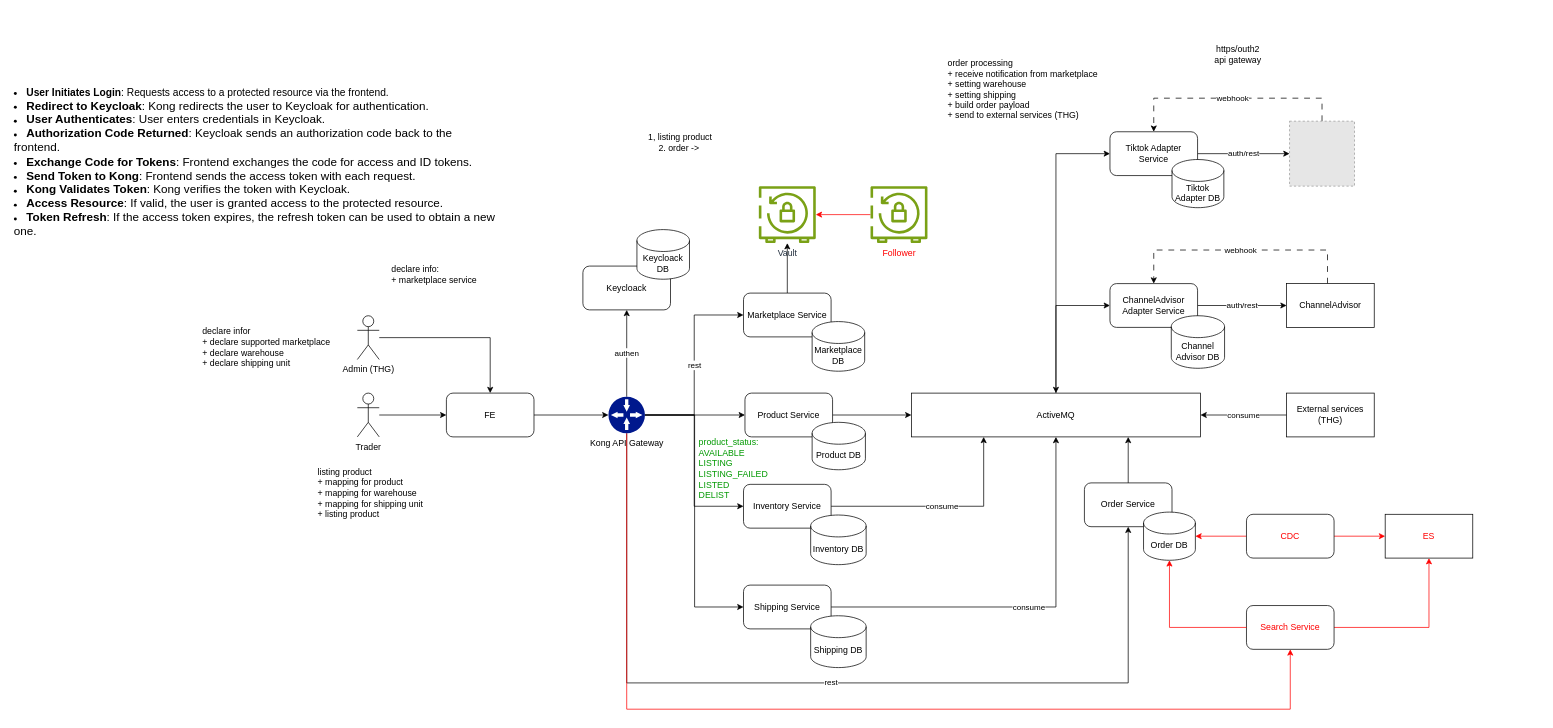
Earlier version of the draw.io diagram page "Page-17" (17 of 17) of hibernate.drawio (minhtran-q/hibernate-knowledge). Source tidied: cells renumbered, new cells numbered last; positions are measured from the earlier drawing's top-left corner, leaving out a move shared by most shapes. Both pictures are drawn from the tidied source at 73%, with x=0, y=0 at pixel (12, 39). Pictures stored in the file or linked from it are replaced by grey dashed boxes.
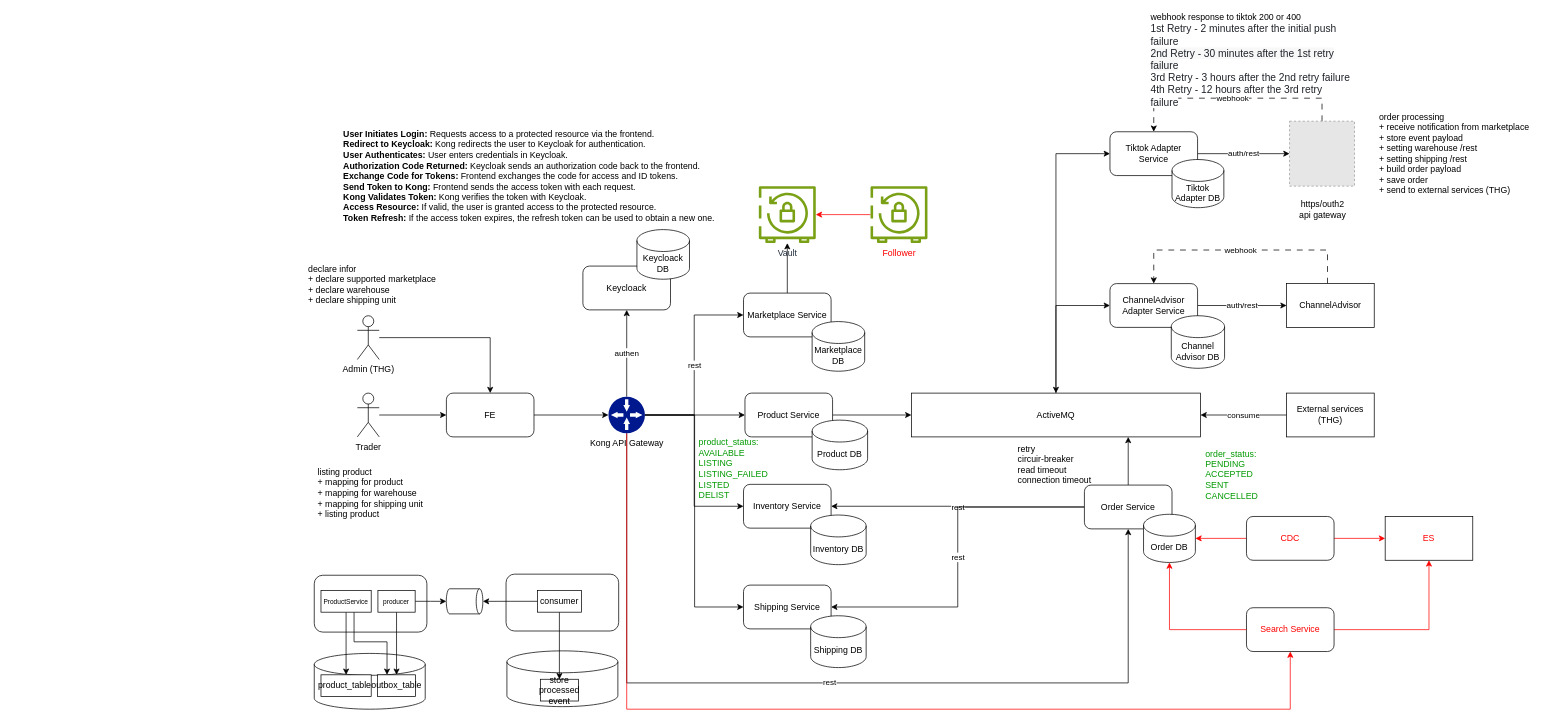
Above is the later version.

The change refers to these unchanged cells:
```xml
<mxCell id="23" value="ActiveMQ" style="rounded=0;whiteSpace=wrap;html=1;" parent="1" vertex="1">
  <mxGeometry x="1231" y="485" width="396" height="60" as="geometry" />
</mxCell>
<mxCell id="25" value="Inventory Service" style="rounded=1;whiteSpace=wrap;html=1;" parent="1" vertex="1">
  <mxGeometry x="1001" y="610" width="120" height="60" as="geometry" />
</mxCell>
<mxCell id="38" value="Shipping Service" style="rounded=1;whiteSpace=wrap;html=1;" parent="1" vertex="1">
  <mxGeometry x="1001" y="748" width="120" height="60" as="geometry" />
</mxCell>
```

What changed in the source:
```diff
@@
-    <mxCell id="20" value="Product DB" style="shape=cylinder3;whiteSpace=wrap;html=1;boundedLbl=1;backgroundOutline=1;size=15;" parent="1" vertex="1">
-      <mxGeometry x="1095" y="525" width="73" height="65" as="geometry" />
-    </mxCell>
@@
-    <mxCell id="24" value="consume" style="edgeStyle=orthogonalEdgeStyle;rounded=0;jettySize=auto;html=1;entryX=0.25;entryY=1;entryDx=0;entryDy=0;startArrow=none;startFill=0;strokeColor=default;align=center;verticalAlign=middle;fontFamily=Helvetica;fontSize=11;fontColor=default;labelBackgroundColor=default;endArrow=classic;" parent="1" edge="1" source="25" target="23">
-      <mxGeometry relative="1" as="geometry" />
-    </mxCell>
@@
+    <mxCell id="66" value="rest" style="edgeStyle=orthogonalEdgeStyle;rounded=0;jettySize=auto;html=1;entryX=1;entryY=0.5;entryDx=0;entryDy=0;" parent="1" edge="1" source="36" target="25">
+      <mxGeometry relative="1" as="geometry" />
+    </mxCell>
+    <mxCell id="67" value="rest" style="edgeStyle=orthogonalEdgeStyle;rounded=0;jettySize=auto;html=1;entryX=1;entryY=0.5;entryDx=0;entryDy=0;" parent="1" edge="1" source="36" target="38">
+      <mxGeometry relative="1" as="geometry" />
+    </mxCell>
     <mxCell id="36" value="Order Service" style="rounded=1;whiteSpace=wrap;html=1;" parent="1" vertex="1">
-      <mxGeometry x="1468" y="608" width="120" height="60" as="geometry" />
+      <mxGeometry x="1468" y="611" width="120" height="60" as="geometry" />
     </mxCell>
-    <mxCell id="37" value="consume" style="edgeStyle=orthogonalEdgeStyle;rounded=0;jettySize=auto;html=1;startArrow=none;startFill=0;strokeColor=default;align=center;verticalAlign=middle;fontFamily=Helvetica;fontSize=11;fontColor=default;labelBackgroundColor=default;endArrow=classic;" parent="1" edge="1" source="38" target="23">
-      <mxGeometry relative="1" as="geometry" />
-    </mxCell>
@@
     <mxCell id="43" value="Order DB" style="shape=cylinder3;whiteSpace=wrap;html=1;boundedLbl=1;backgroundOutline=1;size=15;" parent="1" vertex="1">
-      <mxGeometry x="1549" y="648" width="71" height="66" as="geometry" />
+      <mxGeometry x="1549" y="651" width="71" height="66" as="geometry" />
     </mxCell>
@@
     <mxCell id="50" value="&lt;font color=&quot;#ff0000&quot;&gt;CDC&lt;/font&gt;" style="rounded=1;whiteSpace=wrap;html=1;" parent="1" vertex="1">
-      <mxGeometry x="1690" y="651" width="120" height="60" as="geometry" />
+      <mxGeometry x="1690" y="654" width="120" height="60" as="geometry" />
     </mxCell>
@@
     <mxCell id="52" value="&lt;font color=&quot;#ff0000&quot;&gt;Search Service&lt;/font&gt;" style="rounded=1;whiteSpace=wrap;html=1;" parent="1" vertex="1">
-      <mxGeometry x="1690" y="776" width="120" height="60" as="geometry" />
+      <mxGeometry x="1690" y="779" width="120" height="60" as="geometry" />
     </mxCell>
@@
     <mxCell id="54" value="&lt;font color=&quot;#ff0000&quot;&gt;ES&lt;/font&gt;" style="rounded=0;whiteSpace=wrap;html=1;" parent="1" vertex="1">
-      <mxGeometry x="1880" y="651" width="120" height="60" as="geometry" />
+      <mxGeometry x="1880" y="654" width="120" height="60" as="geometry" />
     </mxCell>
-    <mxCell id="55" value="&lt;li&gt;&lt;font style=&quot;font-size: 14px;&quot;&gt;&lt;strong&gt;User Initiates Login&lt;/strong&gt;: Requests access to a protected resource via the frontend.&lt;/font&gt;&lt;/li&gt;&lt;li&gt;&lt;font size=&quot;3&quot;&gt;&lt;strong&gt;Redirect to Keycloak&lt;/strong&gt;: Kong redirects the user to Keycloak for authentication.&lt;/font&gt;&lt;/li&gt;&lt;li&gt;&lt;font size=&quot;3&quot;&gt;&lt;strong&gt;User Authenticates&lt;/strong&gt;: User enters credentials in Keycloak.&lt;/font&gt;&lt;/li&gt;&lt;li&gt;&lt;font size=&quot;3&quot;&gt;&lt;strong&gt;Authorization Code Returned&lt;/strong&gt;: Keycloak sends an authorization code back to the frontend.&lt;/font&gt;&lt;/li&gt;&lt;li&gt;&lt;font size=&quot;3&quot;&gt;&lt;strong&gt;Exchange Code for Tokens&lt;/strong&gt;: Frontend exchanges the code for access and ID tokens.&lt;/font&gt;&lt;/li&gt;&lt;li&gt;&lt;font size=&quot;3&quot;&gt;&lt;strong&gt;Send Token to Kong&lt;/strong&gt;: Frontend sends the access token with each request.&lt;/font&gt;&lt;/li&gt;&lt;li&gt;&lt;font size=&quot;3&quot;&gt;&lt;strong&gt;Kong Validates Token&lt;/strong&gt;: Kong verifies the token with Keycloak.&lt;/font&gt;&lt;/li&gt;&lt;li&gt;&lt;font size=&quot;3&quot;&gt;&lt;strong&gt;Access Resource&lt;/strong&gt;: If valid, the user is granted access to the protected resource.&lt;/font&gt;&lt;/li&gt;&lt;li&gt;&lt;font size=&quot;3&quot;&gt;&lt;strong&gt;Token Refresh&lt;/strong&gt;: If the access token expires, the refresh token can be used to obtain a new one.&lt;/font&gt;&lt;/li&gt;" style="text;whiteSpace=wrap;html=1;" parent="1" vertex="1">
-      <mxGeometry y="58" width="666" height="150" as="geometry" />
-    </mxCell>
-    <mxCell id="56" value="declare info:&lt;br&gt;&lt;div style=&quot;&quot;&gt;+ marketplace service&lt;/div&gt;" style="text;html=1;align=left;verticalAlign=middle;strokeColor=none;fillColor=none;" parent="1" vertex="1">
-      <mxGeometry x="517" y="302" width="135" height="41" as="geometry" />
-    </mxCell>
-    <mxCell id="57" value="1, listing product&lt;br&gt;2. order -&amp;gt;&amp;nbsp;" style="text;html=1;align=center;verticalAlign=middle;strokeColor=none;fillColor=none;" parent="1" vertex="1">
-      <mxGeometry x="861" y="121" width="105" height="41" as="geometry" />
-    </mxCell>
     <mxCell id="58" value="https/outh2&lt;br&gt;api gateway" style="text;html=1;align=center;verticalAlign=middle;strokeColor=none;fillColor=none;" parent="1" vertex="1">
-      <mxGeometry x="1637" width="82" height="41" as="geometry" />
+      <mxGeometry x="1752.5" y="212" width="82" height="41" as="geometry" />
     </mxCell>
@@
     <mxCell id="64" value="&lt;div&gt;declare infor&lt;br&gt;+ declare supported marketplace&lt;/div&gt;&lt;div&gt;+ declare warehouse&lt;/div&gt;&lt;div&gt;+ declare shipping unit&lt;/div&gt;" style="text;html=1;align=left;verticalAlign=middle;strokeColor=none;fillColor=none;" parent="1" vertex="1">
-      <mxGeometry x="258" y="387" width="193" height="70" as="geometry" />
+      <mxGeometry x="403" y="301" width="193" height="70" as="geometry" />
     </mxCell>
-    <mxCell id="65" value="order processing&lt;div&gt;+ receive notification from marketplace&lt;/div&gt;&lt;div&gt;+ setting warehouse&lt;/div&gt;&lt;div&gt;+ setting shipping&lt;/div&gt;&lt;div&gt;+ build order payload&lt;/div&gt;&lt;div&gt;+ send to external services (THG)&lt;/div&gt;" style="text;html=1;align=left;verticalAlign=middle;strokeColor=none;fillColor=none;" parent="1" vertex="1">
-      <mxGeometry x="1279" y="20" width="224" height="98" as="geometry" />
+    <mxCell id="65" value="order processing&lt;div&gt;+ receive notification from marketplace&lt;br&gt;+ store event payload&lt;/div&gt;&lt;div&gt;+ setting warehouse /rest&lt;/div&gt;&lt;div&gt;+ setting shipping /rest&lt;/div&gt;&lt;div&gt;+ build order payload&lt;/div&gt;&lt;div&gt;+ save order&lt;/div&gt;&lt;div&gt;+ send to external services (THG)&lt;/div&gt;" style="text;html=1;align=left;verticalAlign=middle;strokeColor=none;fillColor=none;" parent="1" vertex="1">
+      <mxGeometry x="1870" y="93.5" width="224" height="127" as="geometry" />
     </mxCell>
+    <mxCell id="68" value="&lt;font color=&quot;#009900&quot;&gt;order_status:&lt;/font&gt;&lt;div&gt;&lt;font color=&quot;#009900&quot;&gt;PENDING&lt;br&gt;&lt;/font&gt;&lt;div&gt;&lt;div&gt;&lt;font color=&quot;#009900&quot;&gt;&lt;span style=&quot;font-size: 12px;&quot;&gt;ACCEPTED&lt;/span&gt;&lt;/font&gt;&lt;/div&gt;&lt;div&gt;&lt;font color=&quot;#009900&quot;&gt;&lt;span style=&quot;font-size: 12px;&quot;&gt;SENT&lt;/span&gt;&lt;/font&gt;&lt;/div&gt;&lt;div&gt;&lt;font color=&quot;#009900&quot;&gt;&lt;span style=&quot;font-size: 12px;&quot;&gt;CANCELLED&lt;/span&gt;&lt;/font&gt;&lt;/div&gt;&lt;/div&gt;&lt;/div&gt;" style="text;html=1;align=left;verticalAlign=middle;strokeColor=none;fillColor=none;" parent="1" vertex="1">
+      <mxGeometry x="1632" y="555" width="90" height="84" as="geometry" />
+    </mxCell>
+    <mxCell id="69" value="&lt;div&gt;&lt;span style=&quot;background-color: rgb(255, 255, 255); color: rgb(31, 35, 41); font-family: &amp;quot;TikTok Text&amp;quot;; font-size: 14px; text-wrap: wrap;&quot;&gt;&lt;br&gt;&lt;/span&gt;&lt;/div&gt;" style="text;html=1;align=left;verticalAlign=middle;strokeColor=none;fillColor=none;" parent="1" vertex="1">
+      <mxGeometry x="1560" y="-15" width="18" height="29" as="geometry" />
+    </mxCell>
+    <mxCell id="70" value="&lt;span style=&quot;text-wrap: nowrap;&quot;&gt;webhook response to tiktok 200 or 400&lt;/span&gt;&lt;div style=&quot;text-wrap: nowrap;&quot;&gt;&lt;span style=&quot;color: rgb(31, 35, 41); font-family: &amp;quot;TikTok Text&amp;quot;; font-size: 14px; text-wrap: wrap; background-color: rgb(255, 255, 255);&quot;&gt;1st Retry -&amp;nbsp;&lt;/span&gt;&lt;span style=&quot;background-color: rgb(255, 255, 255); color: rgb(31, 35, 41); font-family: &amp;quot;TikTok Text&amp;quot;; font-size: 14px; text-wrap: wrap;&quot;&gt;2 minutes after the initial push failure&lt;/span&gt;&lt;br&gt;&lt;/div&gt;&lt;div style=&quot;text-wrap: nowrap;&quot;&gt;&lt;span style=&quot;color: rgb(31, 35, 41); font-family: &amp;quot;TikTok Text&amp;quot;; font-size: 14px; text-wrap: wrap; background-color: rgb(248, 248, 248);&quot;&gt;2nd Retry -&amp;nbsp;&lt;/span&gt;&lt;span style=&quot;background-color: rgb(248, 248, 248); color: rgb(31, 35, 41); font-family: &amp;quot;TikTok Text&amp;quot;; font-size: 14px; text-wrap: wrap;&quot;&gt;30 minutes after the 1st retry failure&lt;/span&gt;&lt;br&gt;&lt;/div&gt;&lt;div style=&quot;text-wrap: nowrap;&quot;&gt;&lt;span style=&quot;color: rgb(31, 35, 41); font-family: &amp;quot;TikTok Text&amp;quot;; font-size: 14px; text-wrap: wrap; background-color: rgb(255, 255, 255);&quot;&gt;3rd Retry -&amp;nbsp;&lt;/span&gt;&lt;span style=&quot;background-color: rgb(255, 255, 255); color: rgb(31, 35, 41); font-family: &amp;quot;TikTok Text&amp;quot;; font-size: 14px; text-wrap: wrap;&quot;&gt;3 hours after the 2nd retry failure&lt;/span&gt;&lt;span style=&quot;background-color: rgb(248, 248, 248); color: rgb(31, 35, 41); font-family: &amp;quot;TikTok Text&amp;quot;; font-size: 14px; text-wrap: wrap;&quot;&gt;&lt;br&gt;&lt;/span&gt;&lt;/div&gt;&lt;div style=&quot;text-wrap: nowrap;&quot;&gt;&lt;span style=&quot;color: rgb(31, 35, 41); font-family: &amp;quot;TikTok Text&amp;quot;; font-size: 14px; text-wrap: wrap; background-color: rgb(255, 255, 255);&quot;&gt;4th Retry -&amp;nbsp;&lt;/span&gt;&lt;span style=&quot;background-color: rgb(255, 255, 255); color: rgb(31, 35, 41); font-family: &amp;quot;TikTok Text&amp;quot;; font-size: 14px; text-wrap: wrap;&quot;&gt;12 hours after the 3rd retry failure&lt;/span&gt;&lt;/div&gt;" style="text;html=1;align=left;verticalAlign=middle;whiteSpace=wrap;rounded=0;" parent="1" vertex="1">
+      <mxGeometry x="1557" y="14" width="278" height="30" as="geometry" />
+    </mxCell>
+    <mxCell id="71" value="retry&amp;nbsp;&lt;div&gt;circuir-breaker&lt;br&gt;read timeout&lt;br&gt;connection timeout&lt;/div&gt;" style="text;html=1;align=left;verticalAlign=middle;whiteSpace=wrap;rounded=0;" parent="1" vertex="1">
+      <mxGeometry x="1375" y="564" width="117" height="38" as="geometry" />
+    </mxCell>
+    <mxCell id="72" value="&lt;div&gt;&lt;b&gt;User Initiates Login:&lt;/b&gt; Requests access to a protected resource via the frontend.&lt;/div&gt;&lt;div&gt;&lt;b&gt;Redirect to Keycloak:&lt;/b&gt; Kong redirects the user to Keycloak for authentication.&lt;/div&gt;&lt;div&gt;&lt;b&gt;User Authenticates: &lt;/b&gt;User enters credentials in Keycloak.&lt;/div&gt;&lt;div&gt;&lt;b&gt;Authorization Code Returned:&lt;/b&gt; Keycloak sends an authorization code back to the frontend.&lt;/div&gt;&lt;div&gt;&lt;b&gt;Exchange Code for Tokens:&lt;/b&gt; Frontend exchanges the code for access and ID tokens.&lt;/div&gt;&lt;div&gt;&lt;b&gt;Send Token to Kong: &lt;/b&gt;Frontend sends the access token with each request.&lt;/div&gt;&lt;div&gt;&lt;b&gt;Kong Validates Token:&lt;/b&gt; Kong verifies the token with Keycloak.&lt;/div&gt;&lt;div&gt;&lt;b&gt;Access Resource:&lt;/b&gt; If valid, the user is granted access to the protected resource.&lt;/div&gt;&lt;div&gt;&lt;b&gt;Token Refresh:&lt;/b&gt; If the access token expires, the refresh token can be used to obtain a new one.&lt;/div&gt;" style="text;html=1;align=left;verticalAlign=middle;whiteSpace=wrap;rounded=0;" parent="1" vertex="1">
+      <mxGeometry x="451" y="115" width="523" height="146" as="geometry" />
+    </mxCell>
+    <mxCell id="73" style="group;" parent="1" vertex="1">
+      <mxGeometry x="413" y="733" width="417" height="185" as="geometry" />
+    </mxCell>
+    <mxCell id="74" style="shape=cylinder3;whiteSpace=wrap;html=1;boundedLbl=1;backgroundOutline=1;size=15;" parent="73" vertex="1">
+      <mxGeometry x="263.9" y="105.1" width="152" height="76.4" as="geometry" />
+    </mxCell>
+    <mxCell id="75" value="store processed event" style="rounded=0;whiteSpace=wrap;html=1;" parent="73" vertex="1">
+      <mxGeometry x="309.7" y="144" width="52.2" height="29.8" as="geometry" />
+    </mxCell>
+    <mxCell id="76" style="rounded=1;whiteSpace=wrap;html=1;" parent="73" vertex="1">
+      <mxGeometry x="262.7" width="154.3" height="77.9" as="geometry" />
+    </mxCell>
+    <mxCell id="77" style="edgeStyle=orthogonalEdgeStyle;rounded=0;jettySize=auto;html=1;" parent="73" edge="1" source="78" target="75">
+      <mxGeometry relative="1" as="geometry" />
+    </mxCell>
+    <mxCell id="78" value="consumer" style="rounded=0;whiteSpace=wrap;html=1;" parent="73" vertex="1">
+      <mxGeometry x="305.7" y="22.3" width="60.2" height="29.8" as="geometry" />
+    </mxCell>
+    <mxCell id="20" style="shape=cylinder3;whiteSpace=wrap;html=1;boundedLbl=1;backgroundOutline=1;size=15;" parent="73" vertex="1">
+      <mxGeometry y="108.6" width="152" height="76.4" as="geometry" />
+    </mxCell>
+    <mxCell id="79" style="rounded=1;whiteSpace=wrap;html=1;" parent="73" vertex="1">
+      <mxGeometry y="1.5" width="154.3" height="77.9" as="geometry" />
+    </mxCell>
+    <mxCell id="80" value="product_table&amp;nbsp;" style="rounded=0;whiteSpace=wrap;html=1;" parent="73" vertex="1">
+      <mxGeometry x="9.2" y="137.9" width="68.8" height="29.8" as="geometry" />
+    </mxCell>
+    <mxCell id="81" value="outbox_table" style="rounded=0;whiteSpace=wrap;html=1;" parent="73" vertex="1">
+      <mxGeometry x="86.6" y="137.9" width="52.2" height="29.8" as="geometry" />
+    </mxCell>
+    <mxCell id="82" style="edgeStyle=orthogonalEdgeStyle;rounded=0;jettySize=auto;html=1;" parent="73" edge="1" source="84" target="80">
+      <mxGeometry relative="1" as="geometry" />
+    </mxCell>
+    <mxCell id="83" style="edgeStyle=orthogonalEdgeStyle;rounded=0;jettySize=auto;html=1;entryX=0.25;entryY=0;entryDx=0;entryDy=0;" parent="73" edge="1" source="84" target="81">
+      <mxGeometry relative="1" as="geometry">
+        <Array as="points">
+          <mxPoint x="54.5" y="92.7" />
+          <mxPoint x="99.8" y="92.7" />
+        </Array>
+      </mxGeometry>
+    </mxCell>
+    <mxCell id="84" value="&lt;font style=&quot;font-size: 9px;&quot;&gt;ProductService&lt;/font&gt;" style="rounded=0;whiteSpace=wrap;html=1;" parent="73" vertex="1">
+      <mxGeometry x="9.2" y="22.3" width="68.8" height="29.8" as="geometry" />
+    </mxCell>
+    <mxCell id="85" style="edgeStyle=orthogonalEdgeStyle;rounded=0;jettySize=auto;html=1;" parent="73" edge="1" source="87" target="81">
+      <mxGeometry relative="1" as="geometry" />
+    </mxCell>
+    <mxCell id="86" style="edgeStyle=orthogonalEdgeStyle;rounded=0;jettySize=auto;html=1;" parent="73" edge="1" source="87" target="88">
+      <mxGeometry relative="1" as="geometry" />
+    </mxCell>
+    <mxCell id="87" value="&lt;font style=&quot;font-size: 9px;&quot;&gt;producer&lt;/font&gt;" style="rounded=0;whiteSpace=wrap;html=1;" parent="73" vertex="1">
+      <mxGeometry x="87.2" y="22.3" width="51" height="29.8" as="geometry" />
+    </mxCell>
+    <mxCell id="88" style="shape=cylinder3;whiteSpace=wrap;html=1;boundedLbl=1;backgroundOutline=1;size=4.573483153613211;rotation=90;" parent="73" vertex="1">
+      <mxGeometry x="188.7" y="12.2" width="34.4" height="50.1" as="geometry" />
+    </mxCell>
+    <mxCell id="89" style="edgeStyle=orthogonalEdgeStyle;rounded=0;jettySize=auto;html=1;" parent="73" edge="1" source="78" target="88">
+      <mxGeometry relative="1" as="geometry" />
+    </mxCell>
+    <mxCell id="90" value="Product DB" style="shape=cylinder3;whiteSpace=wrap;html=1;boundedLbl=1;backgroundOutline=1;size=15;" parent="1" vertex="1">
+      <mxGeometry x="1095" y="522" width="76" height="68" as="geometry" />
+    </mxCell>
```
